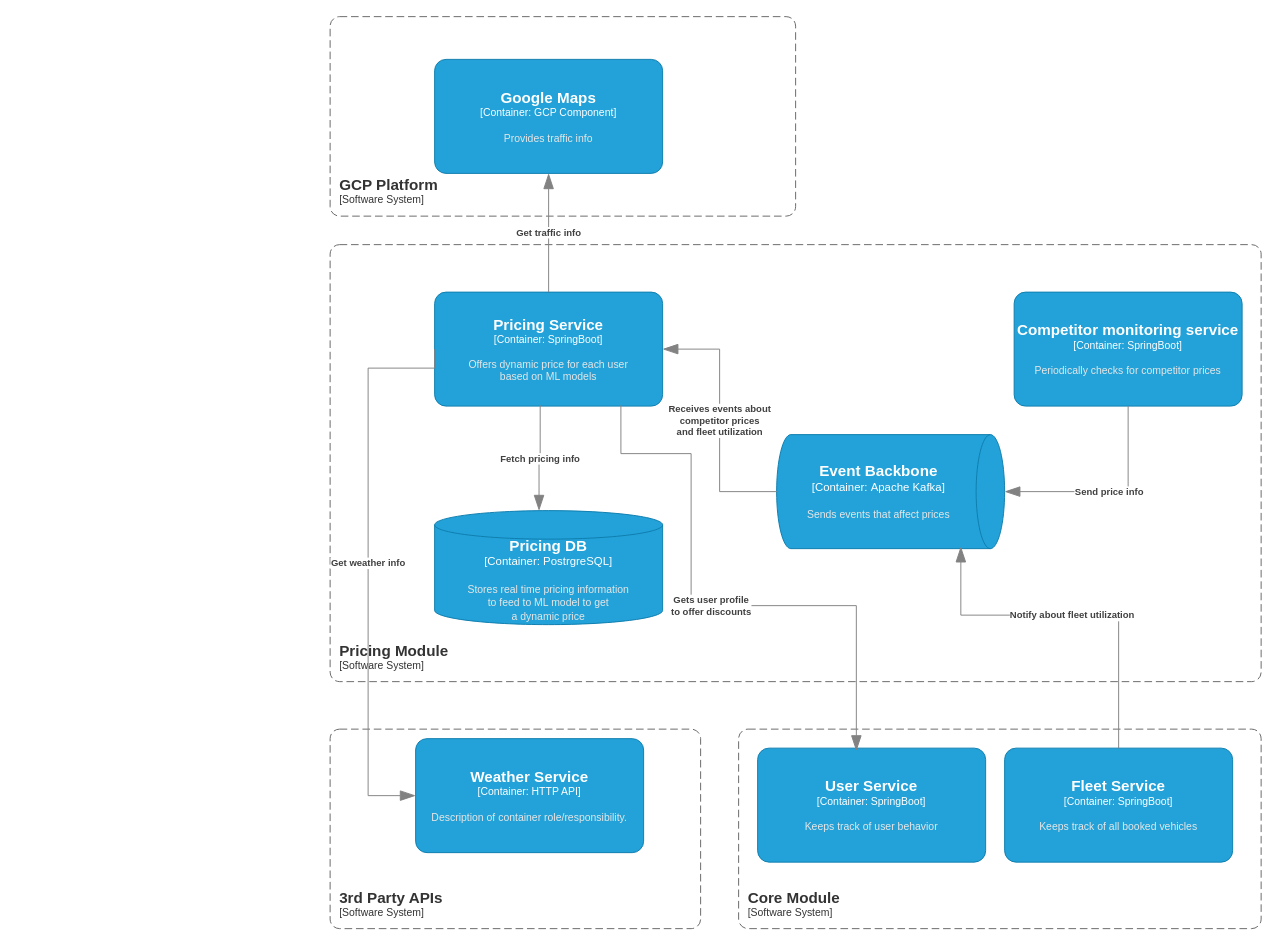
The draw.io diagram hld/scenarios/dynamic-pricing/Pricing Module.drawio in Oleggio/five-nines-arch-katas, before the edit. Source tidied: cells renumbered, new cells numbered last; positions are measured from the earlier drawing's top-left corner, leaving out a move shared by most shapes. Both pictures are drawn from the tidied source at 95%, with x=0, y=0 at pixel (330, 16).
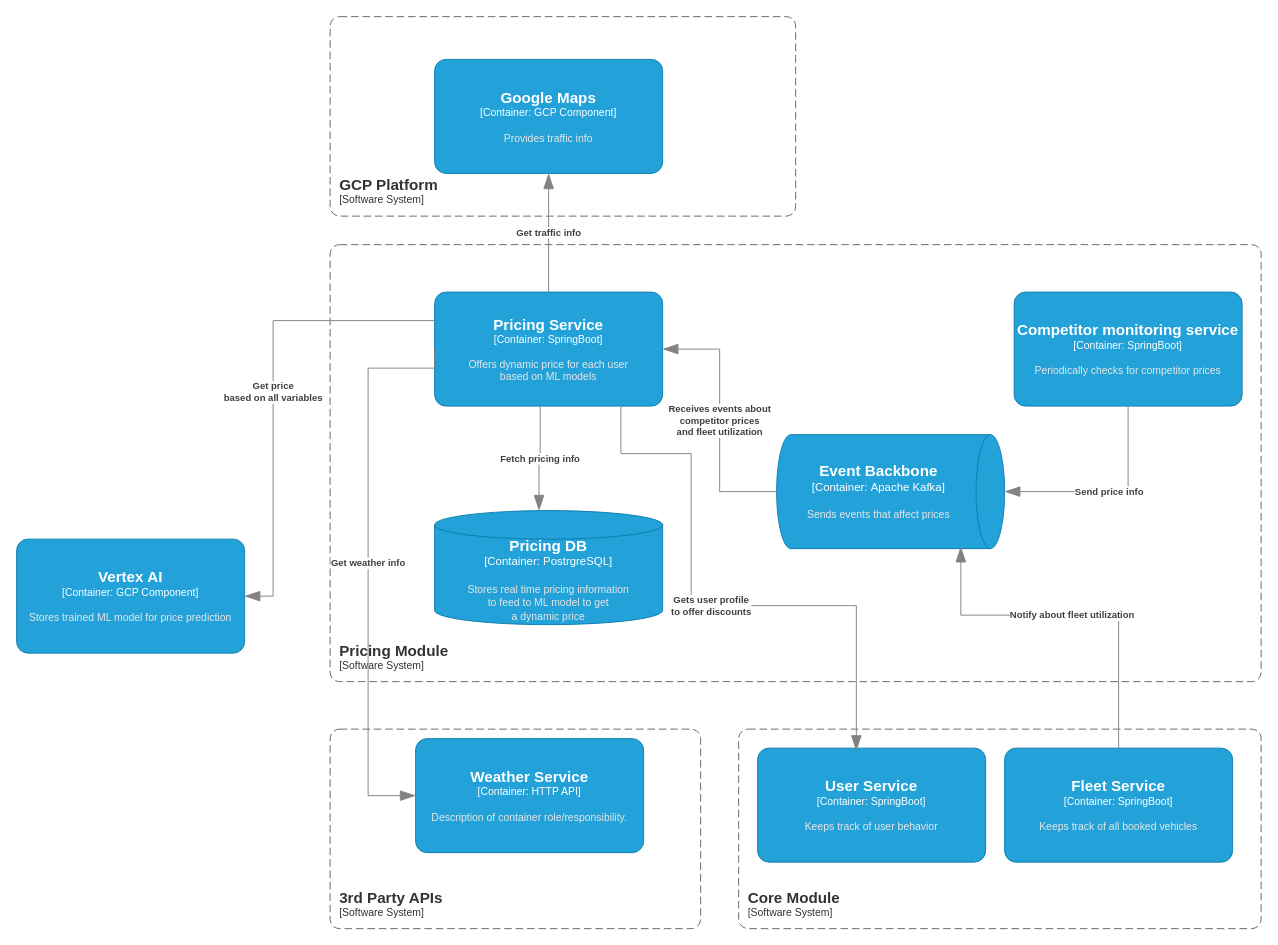
Above is the later version.

Commit message (it also covers changes not shown here):
Add Vertex AI to pricing scenario

The change refers to these unchanged cells:
```xml
<object id="3" label="&lt;font style=&quot;font-size: 16px&quot;&gt;&lt;b&gt;%c4Name%&lt;/b&gt;&lt;/font&gt;&lt;div&gt;[%c4Type%: %c4Technology%]&lt;/div&gt;&lt;br&gt;&lt;div&gt;&lt;font style=&quot;font-size: 11px&quot;&gt;&lt;font color=&quot;#E6E6E6&quot;&gt;%c4Description%&lt;/font&gt;&lt;/div&gt;" c4Description="Offers dynamic price for each user&#10;based on ML models&#10;" c4Name="Pricing Service" c4Technology="SpringBoot" c4Type="Container" placeholders="1">
  <mxCell style="rounded=1;whiteSpace=wrap;html=1;fontSize=11;labelBackgroundColor=none;fillColor=#23A2D9;fontColor=#ffffff;align=center;arcSize=10;strokeColor=#0E7DAD;points=[[0.25,0,0],[0.5,0,0],[0.75,0,0],[1,0.25,0],[1,0.5,0],[1,0.75,0],[0.75,1,0],[0.5,1,0],[0.25,1,0],[0,0.75,0],[0,0.5,0],[0,0.25,0]];" parent="1" vertex="1">
    <mxGeometry x="110" y="290" width="240" height="120" as="geometry" />
  </mxCell>
</object>
```

Diff of the diagram source:
```diff
@@
+    <object id="21" label="&lt;font style=&quot;font-size: 16px&quot;&gt;&lt;b&gt;%c4Name%&lt;/b&gt;&lt;/font&gt;&lt;div&gt;[%c4Type%: %c4Technology%]&lt;/div&gt;&lt;br&gt;&lt;div&gt;&lt;font style=&quot;font-size: 11px&quot;&gt;&lt;font color=&quot;#E6E6E6&quot;&gt;%c4Description%&lt;/font&gt;&lt;/div&gt;" c4Description="Stores trained ML model for price prediction" c4Name="Vertex AI" c4Technology="GCP Component" c4Type="Container" placeholders="1">
+      <mxCell style="rounded=1;whiteSpace=wrap;html=1;fontSize=11;labelBackgroundColor=none;fillColor=#23A2D9;fontColor=#ffffff;align=center;arcSize=10;strokeColor=#0E7DAD;points=[[0.25,0,0],[0.5,0,0],[0.75,0,0],[1,0.25,0],[1,0.5,0],[1,0.75,0],[0.75,1,0],[0.5,1,0],[0.25,1,0],[0,0.75,0],[0,0.5,0],[0,0.25,0]];" parent="1" vertex="1">
+        <mxGeometry x="-330" y="550" width="240" height="120" as="geometry" />
+      </mxCell>
+    </object>
+    <object id="22" label="&lt;div style=&quot;text-align: left&quot;&gt;&lt;div style=&quot;text-align: center&quot;&gt;&lt;b&gt;%c4Description%&lt;/b&gt;&lt;/div&gt;" c4Description="Get price&#10;based on all variables" placeholders="1">
+      <mxCell style="endArrow=blockThin;html=1;fontSize=10;fontColor=#404040;strokeWidth=1;endFill=1;strokeColor=#828282;elbow=vertical;endSize=14;startSize=14;jumpStyle=arc;jumpSize=16;rounded=0;edgeStyle=orthogonalEdgeStyle;entryX=1;entryY=0.5;entryDx=0;entryDy=0;entryPerimeter=0;exitX=0;exitY=0.25;exitDx=0;exitDy=0;exitPerimeter=0;" parent="1" edge="1" source="3" target="21">
+        <mxGeometry relative="1" as="geometry">
+          <Array as="points">
+            <mxPoint x="-60" y="320" />
+            <mxPoint x="-60" y="610" />
+          </Array>
+        </mxGeometry>
+      </mxCell>
+    </object>
```
